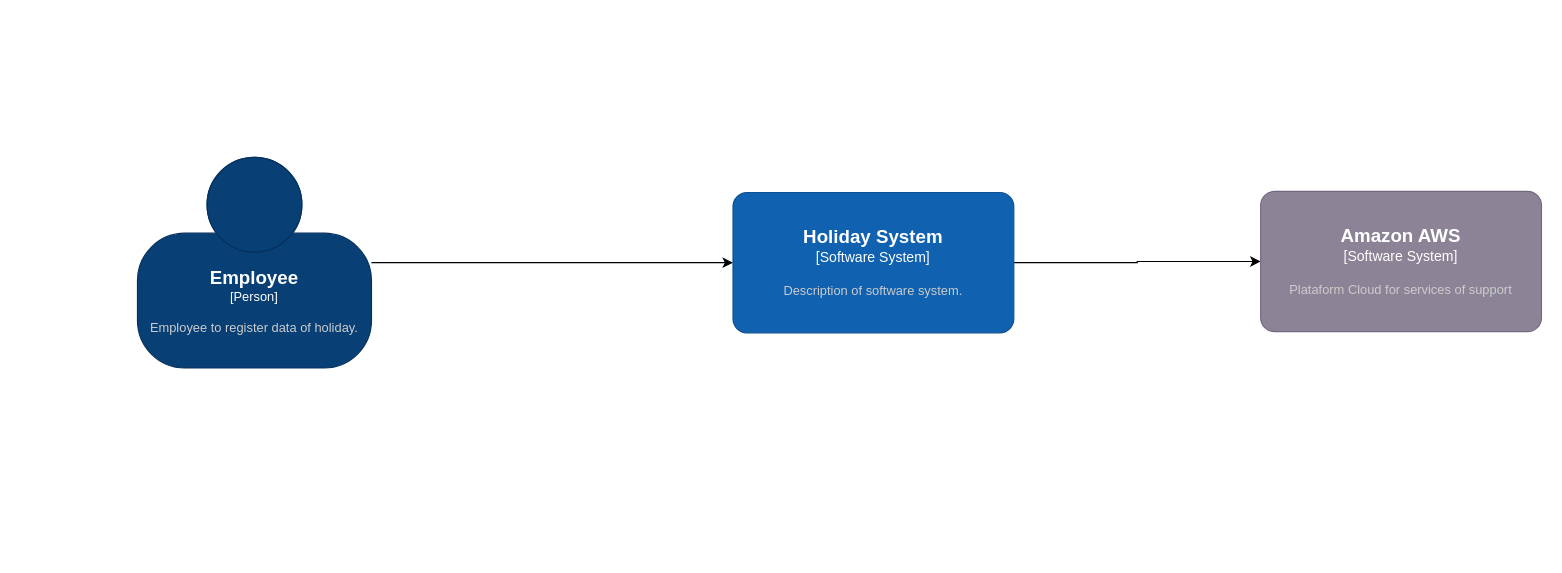
ander-f-silva/draw_solution_of_architecture keeps this draw.io diagram as project_ms_holiday.drawio. Above is the earlier version. Source tidied: cells renumbered, new cells numbered last; positions are measured from the earlier drawing's top-left corner, leaving out a move shared by most shapes. Both pictures are drawn from the tidied source at 117%, with x=0, y=0 at pixel (137, 157).
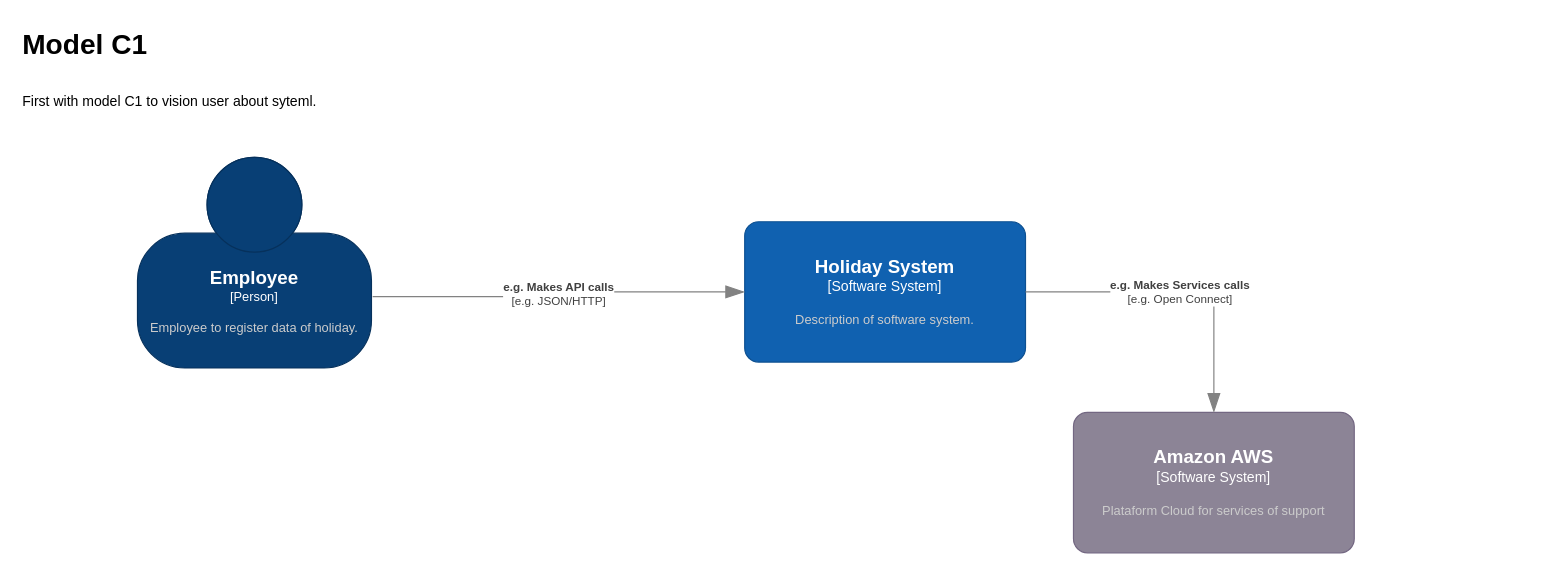
After the change.

Change to the diagram source:
```diff
@@
 <mxGraphModel>
   <root>
     <mxCell id="0" />
     <mxCell id="1" parent="0" />
-    <mxCell id="2" style="edgeStyle=orthogonalEdgeStyle;rounded=0;jettySize=auto;html=1;" parent="1" edge="1" source="3" target="5">
-      <mxGeometry relative="1" as="geometry" />
-    </mxCell>
     <object id="3" label="&lt;font style=&quot;font-size: 16px&quot;&gt;&lt;b&gt;%c4Name%&lt;/b&gt;&lt;/font&gt;&lt;div&gt;[%c4Type%]&lt;/div&gt;&lt;br&gt;&lt;div&gt;&lt;font style=&quot;font-size: 11px&quot;&gt;&lt;font color=&quot;#cccccc&quot;&gt;%c4Description%&lt;/font&gt;&lt;/div&gt;" c4Description="Employee to register data of holiday." c4Name="Employee" c4Type="Person" placeholders="1">
       <mxCell style="html=1;fontSize=11;dashed=0;whiteSpace=wrap;fillColor=#083F75;strokeColor=#06315C;fontColor=#ffffff;shape=mxgraph.c4.person2;align=center;points=[[0.5,0,0],[1,0.5,0],[1,0.75,0],[0.75,1,0],[0.5,1,0],[0.25,1,0],[0,0.75,0],[0,0.5,0]];" parent="1" vertex="1">
         <mxGeometry width="200" height="180" as="geometry" />
       </mxCell>
     </object>
-    <mxCell id="4" style="edgeStyle=orthogonalEdgeStyle;rounded=0;jettySize=auto;html=1;" parent="1" edge="1" source="5" target="6">
-      <mxGeometry relative="1" as="geometry" />
-    </mxCell>
     <object id="5" label="&lt;font style=&quot;font-size: 16px&quot;&gt;&lt;b&gt;%c4Name%&lt;/b&gt;&lt;/font&gt;&lt;div&gt;[%c4Type%]&lt;/div&gt;&lt;br&gt;&lt;div&gt;&lt;font style=&quot;font-size: 11px&quot;&gt;&lt;font color=&quot;#cccccc&quot;&gt;%c4Description%&lt;/font&gt;&lt;/div&gt;" c4Description="Description of software system." c4Name="Holiday System" c4Type="Software System" placeholders="1">
       <mxCell style="rounded=1;whiteSpace=wrap;html=1;labelBackgroundColor=none;fillColor=#1061B0;fontColor=#ffffff;align=center;arcSize=10;strokeColor=#0D5091;points=[[0.25,0,0],[0.5,0,0],[0.75,0,0],[1,0.25,0],[1,0.5,0],[1,0.75,0],[0.75,1,0],[0.5,1,0],[0.25,1,0],[0,0.75,0],[0,0.5,0],[0,0.25,0]];" parent="1" vertex="1">
-        <mxGeometry x="509" y="30" width="240" height="120" as="geometry" />
+        <mxGeometry x="519" y="55" width="240" height="120" as="geometry" />
       </mxCell>
     </object>
     <object id="6" label="&lt;font style=&quot;font-size: 16px&quot;&gt;&lt;b&gt;%c4Name%&lt;/b&gt;&lt;/font&gt;&lt;div&gt;[%c4Type%]&lt;/div&gt;&lt;br&gt;&lt;div&gt;&lt;font style=&quot;font-size: 11px&quot;&gt;&lt;font color=&quot;#cccccc&quot;&gt;%c4Description%&lt;/font&gt;&lt;/div&gt;" c4Description="Plataform Cloud for services of support" c4Name="Amazon AWS" c4Type="Software System" placeholders="1">
       <mxCell style="rounded=1;whiteSpace=wrap;html=1;labelBackgroundColor=none;fillColor=#8C8496;fontColor=#ffffff;align=center;arcSize=10;strokeColor=#736782;points=[[0.25,0,0],[0.5,0,0],[0.75,0,0],[1,0.25,0],[1,0.5,0],[1,0.75,0],[0.75,1,0],[0.5,1,0],[0.25,1,0],[0,0.75,0],[0,0.5,0],[0,0.25,0]];" parent="1" vertex="1">
-        <mxGeometry x="960" y="29" width="240" height="120" as="geometry" />
+        <mxGeometry x="800" y="218" width="240" height="120" as="geometry" />
       </mxCell>
     </object>
+    <object id="2" label="&lt;div style=&quot;text-align: left&quot;&gt;&lt;div style=&quot;text-align: center&quot;&gt;&lt;b&gt;%c4Description%&lt;/b&gt;&lt;/div&gt;&lt;div style=&quot;text-align: center&quot;&gt;[%c4Technology%]&lt;/div&gt;&lt;/div&gt;" c4Description="e.g. Makes API calls" c4Technology="e.g. JSON/HTTP" placeholders="1">
+      <mxCell style="endArrow=blockThin;html=1;fontSize=10;fontColor=#404040;strokeWidth=1;endFill=1;strokeColor=#828282;elbow=vertical;endSize=14;startSize=14;jumpStyle=arc;jumpSize=16;rounded=0;edgeStyle=orthogonalEdgeStyle;exitX=1.005;exitY=0.661;exitDx=0;exitDy=0;exitPerimeter=0;" parent="1" edge="1" source="3" target="5">
+        <mxGeometry relative="1" as="geometry" />
+      </mxCell>
+    </object>
+    <object id="4" label="&lt;div style=&quot;text-align: left&quot;&gt;&lt;div style=&quot;text-align: center&quot;&gt;&lt;b&gt;%c4Description%&lt;/b&gt;&lt;/div&gt;&lt;div style=&quot;text-align: center&quot;&gt;[%c4Technology%]&lt;/div&gt;&lt;/div&gt;" c4Description="e.g. Makes Services calls" c4Technology="e.g. Open Connect" placeholders="1">
+      <mxCell style="endArrow=blockThin;html=1;fontSize=10;fontColor=#404040;strokeWidth=1;endFill=1;strokeColor=#828282;elbow=vertical;endSize=14;startSize=14;jumpStyle=arc;jumpSize=16;rounded=0;edgeStyle=orthogonalEdgeStyle;exitX=1;exitY=0.5;exitDx=0;exitDy=0;exitPerimeter=0;" parent="1" edge="1" source="5" target="6">
+        <mxGeometry relative="1" as="geometry" />
+      </mxCell>
+    </object>
+    <mxCell id="7" value="&lt;h1 style=&quot;margin-top: 0px;&quot;&gt;&lt;span style=&quot;background-color: transparent; color: light-dark(rgb(0, 0, 0), rgb(255, 255, 255));&quot;&gt;Model C1&lt;/span&gt;&lt;/h1&gt;&lt;h1 style=&quot;margin-top: 0px;&quot;&gt;&lt;span style=&quot;background-color: transparent; color: light-dark(rgb(0, 0, 0), rgb(255, 255, 255)); font-size: 12px; font-weight: normal;&quot;&gt;First with model C1 to vision user about syteml.&lt;/span&gt;&lt;br&gt;&lt;/h1&gt;" style="text;html=1;whiteSpace=wrap;overflow=hidden;rounded=0;" parent="1" vertex="1">
+      <mxGeometry x="-100" y="-117" width="285" height="81" as="geometry" />
+    </mxCell>
   </root>
 </mxGraphModel>
```
